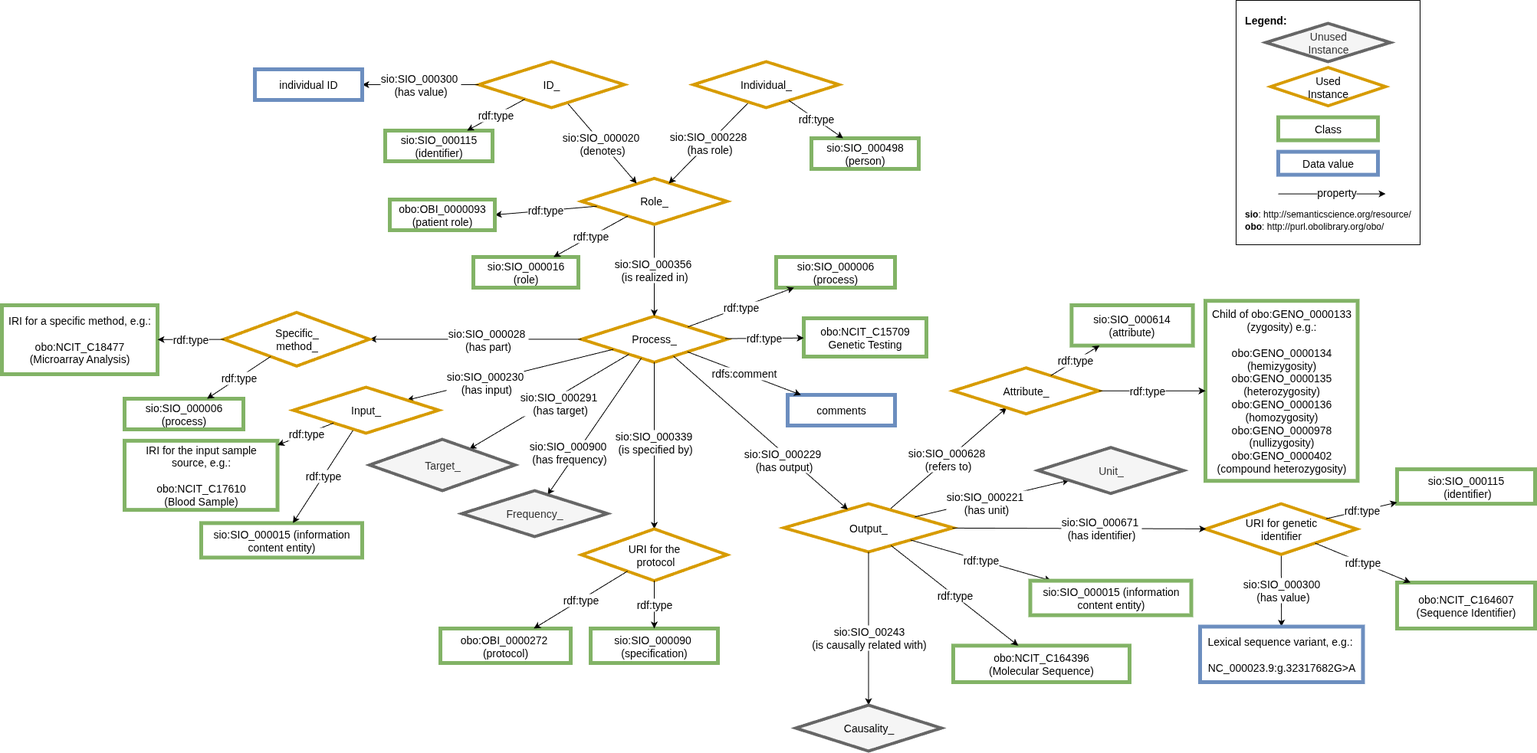
Before: images/obo/CARE-SM-obo-Genetic.drawio.png, a diagram exported from draw.io (CARE-SM/CARE-Semantic-Model). Source tidied: cells renumbered, new cells last; positions are measured from the earlier drawing's top-left corner, leaving out a move shared by most shapes.
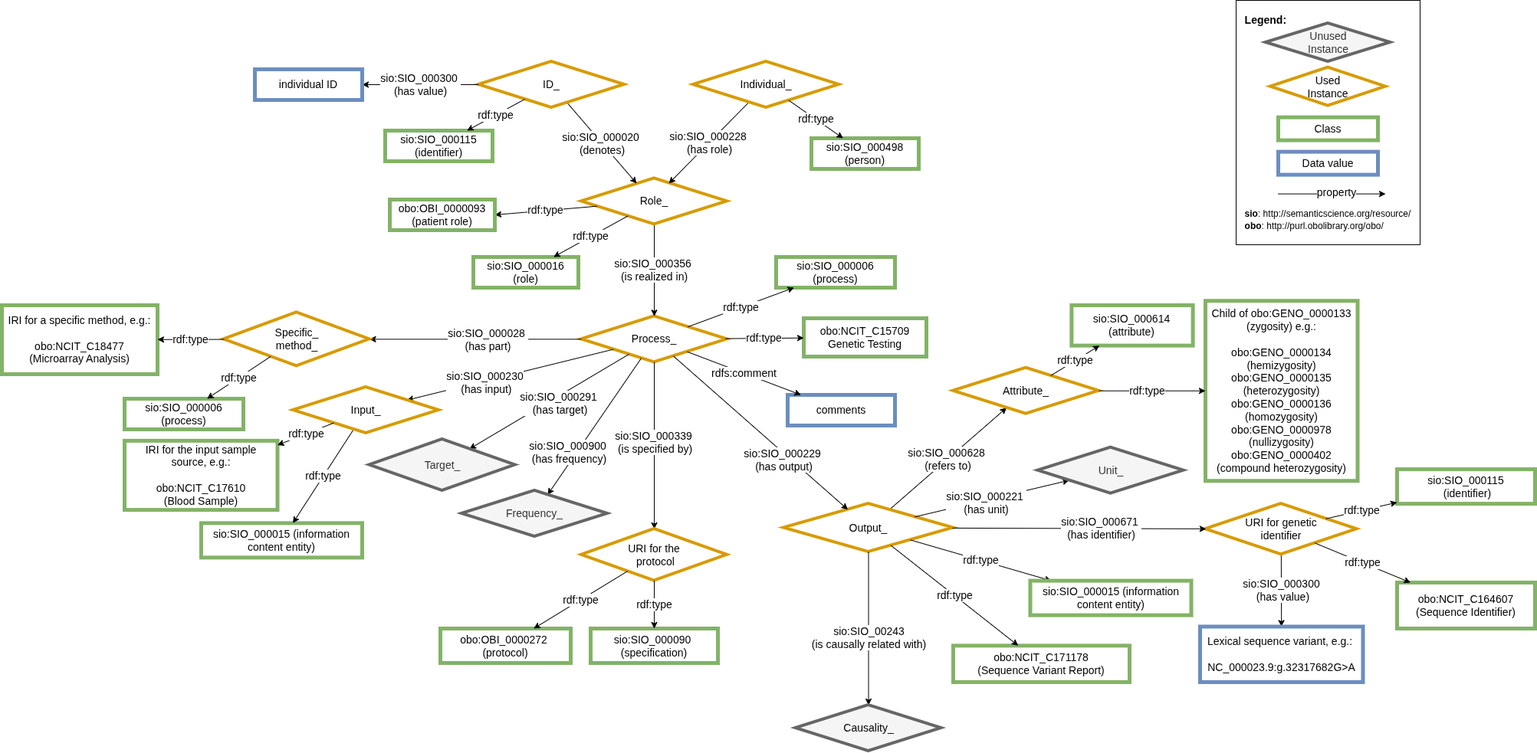
Later version of the same file.

Commit message:
Genetic output  modified

The edit, as a diff of the source:
```diff
@@ -116,7 +116,7 @@
     <mxCell id="35" value="Target_" style="rhombus;whiteSpace=wrap;html=1;fillColor=#f5f5f5;strokeColor=#666666;perimeter=rhombusPerimeter;arcSize=20;comic=0;enumerate=0;strokeWidth=4;rounded=0;fontColor=#333333;fontSize=14;" parent="1" vertex="1">
       <mxGeometry x="479.5" y="573" width="190" height="67" as="geometry" />
     </mxCell>
-    <mxCell id="36" value="&lt;div style=&quot;&quot;&gt;obo:NCIT_C164396&lt;/div&gt;&lt;div style=&quot;&quot;&gt;(&lt;span style=&quot;background-color: transparent; color: light-dark(rgb(0, 0, 0), rgb(255, 255, 255));&quot;&gt;Molecular Sequence&lt;/span&gt;&lt;span style=&quot;background-color: transparent; color: light-dark(rgb(0, 0, 0), rgb(255, 255, 255));&quot;&gt;)&lt;/span&gt;&lt;/div&gt;" style="whiteSpace=wrap;html=1;fillColor=#FFFFFF;strokeColor=#82b366;strokeWidth=5;fontSize=14;" parent="1" vertex="1">
+    <mxCell id="36" value="&lt;div style=&quot;&quot;&gt;obo:NCIT_C171178&lt;/div&gt;&lt;div style=&quot;&quot;&gt;(Sequence Variant Report&lt;span style=&quot;background-color: transparent; color: light-dark(rgb(0, 0, 0), rgb(255, 255, 255));&quot;&gt;)&lt;/span&gt;&lt;/div&gt;" style="whiteSpace=wrap;html=1;fillColor=#FFFFFF;strokeColor=#82b366;strokeWidth=5;fontSize=14;" parent="1" vertex="1">
       <mxGeometry x="1241" y="842.4" width="230" height="47.6" as="geometry" />
     </mxCell>
     <mxCell id="37" value="rdf:type" style="edgeStyle=none;rounded=0;jettySize=auto;html=1;fontSize=14;" parent="1" edge="1" source="3" target="36">
```
